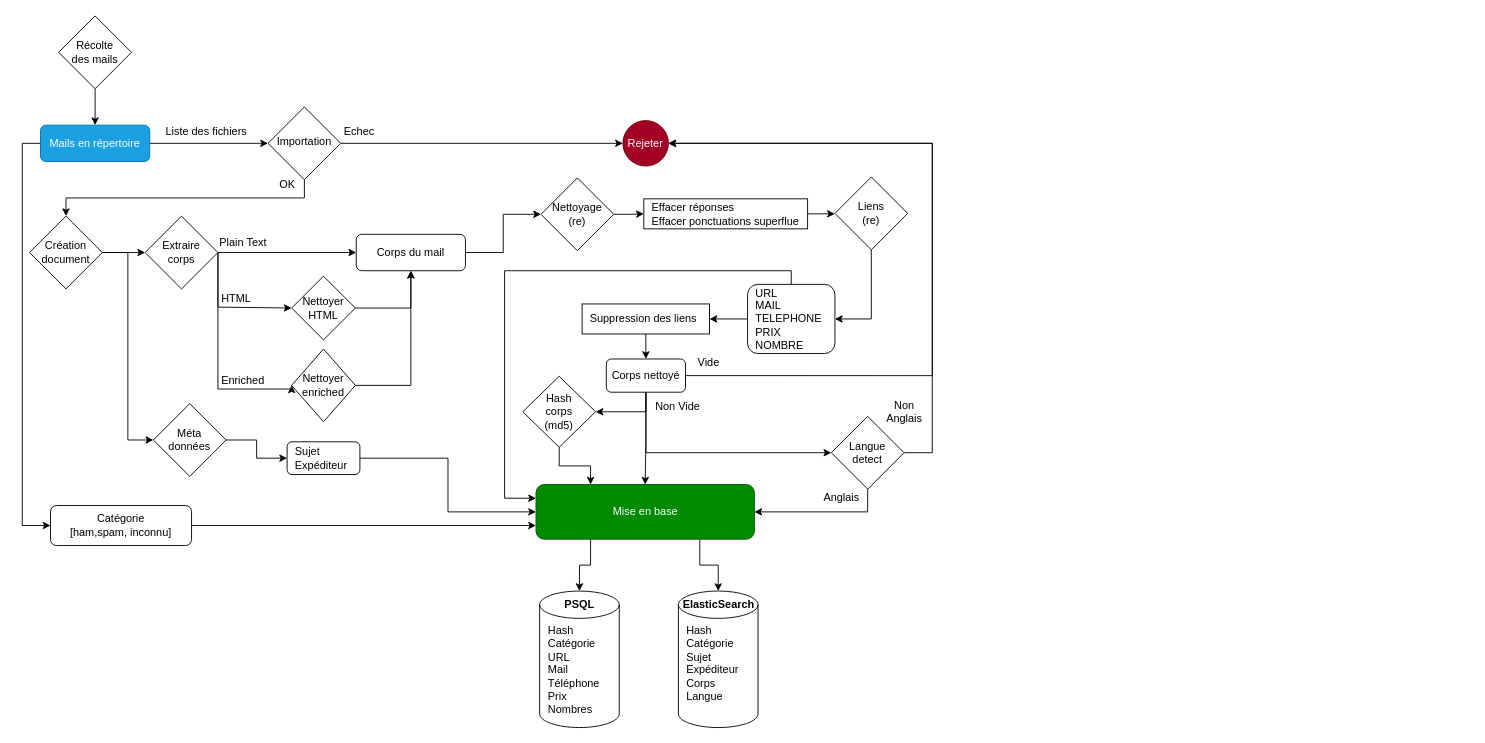
Earlier version of the draw.io diagram 03_Rapport/Schéma/Phase_1.drawio (peredur0/mercury). Source tidied: cells renumbered, new cells numbered last; positions are measured from the earlier drawing's top-left corner, leaving out a move shared by most shapes. Both pictures are drawn from the tidied source at 91%, with x=0, y=0 at pixel (29, 15).
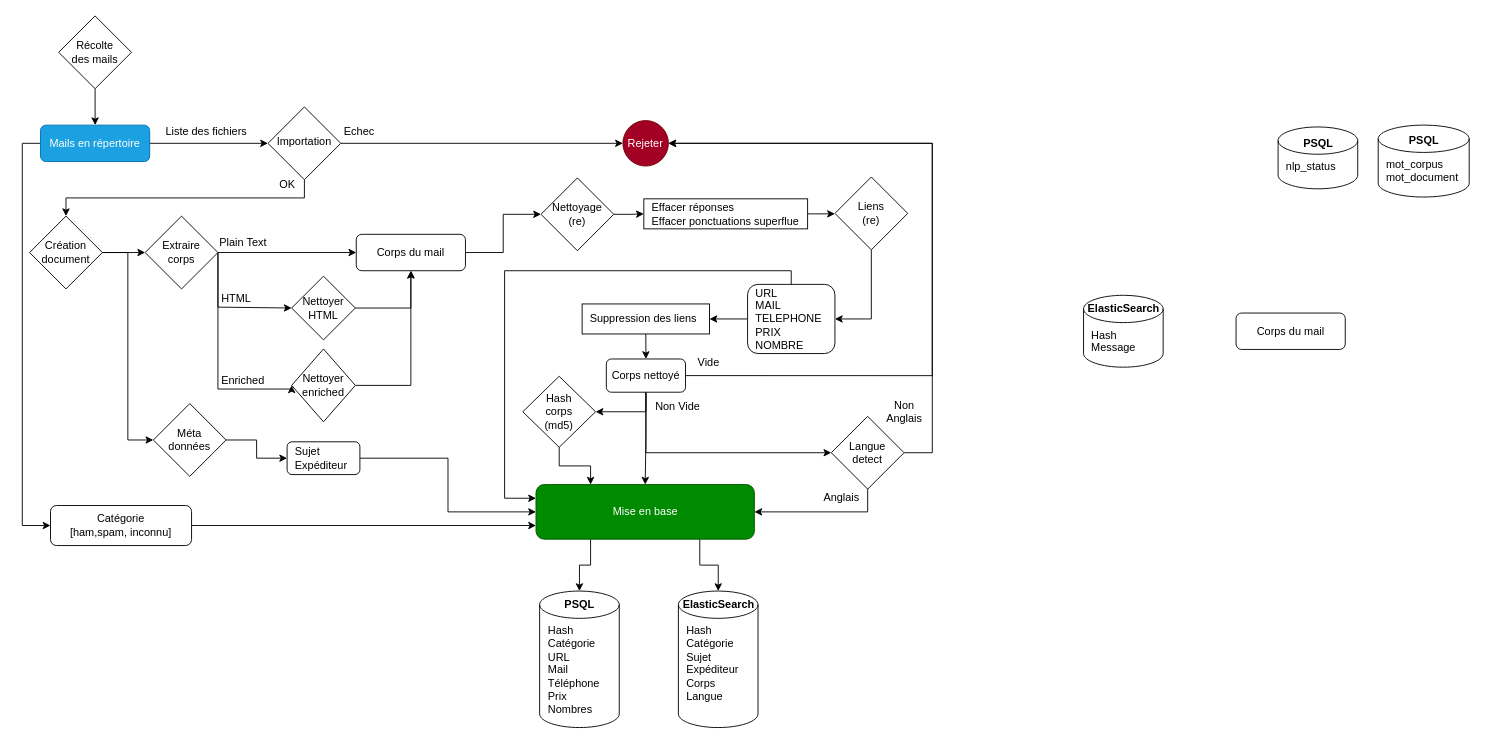
After the change.

Commit message (it also covers changes not shown here):
travaille sur la phase 2 partie NLP récupération et mise en base de la fréquence des mots.

What changed in the source:
```diff
@@
+    <mxCell id="68" value="Hash&lt;br&gt;Message&lt;br&gt;&lt;br&gt;&lt;br&gt;&lt;br&gt;" style="shape=cylinder3;whiteSpace=wrap;html=1;boundedLbl=1;backgroundOutline=1;size=15;rounded=1;align=left;spacingLeft=7;verticalAlign=top;" parent="1" vertex="1">
+      <mxGeometry x="1158.2" y="307" width="87.5" height="79" as="geometry" />
+    </mxCell>
+    <mxCell id="69" value="ElasticSearch" style="text;html=1;align=center;verticalAlign=middle;strokeColor=none;fillColor=none;fontStyle=1;" parent="1" vertex="1">
+      <mxGeometry x="1152" y="307" width="100" height="30" as="geometry" />
+    </mxCell>
+    <mxCell id="70" value="nlp_status" style="shape=cylinder3;whiteSpace=wrap;html=1;boundedLbl=1;backgroundOutline=1;size=15;rounded=1;align=left;spacingLeft=7;verticalAlign=top;" parent="1" vertex="1">
+      <mxGeometry x="1372" y="122" width="87.5" height="68" as="geometry" />
+    </mxCell>
+    <mxCell id="71" value="PSQL" style="text;html=1;align=center;verticalAlign=middle;strokeColor=none;fillColor=none;fontStyle=1;" parent="1" vertex="1">
+      <mxGeometry x="1385.8" y="125" width="60" height="30" as="geometry" />
+    </mxCell>
+    <mxCell id="72" value="mot_corpus&lt;br&gt;mot_document" style="shape=cylinder3;whiteSpace=wrap;html=1;boundedLbl=1;backgroundOutline=1;size=15;rounded=1;align=left;spacingLeft=7;verticalAlign=top;" parent="1" vertex="1">
+      <mxGeometry x="1482" y="120" width="100" height="79" as="geometry" />
+    </mxCell>
+    <mxCell id="73" value="PSQL" style="text;html=1;align=center;verticalAlign=middle;strokeColor=none;fillColor=none;fontStyle=1;" parent="1" vertex="1">
+      <mxGeometry x="1502" y="122" width="60" height="30" as="geometry" />
+    </mxCell>
+    <mxCell id="74" value="&lt;span style=&quot;font-weight: normal;&quot;&gt;Corps du mail&lt;/span&gt;" style="rounded=1;whiteSpace=wrap;html=1;fontSize=12;glass=0;strokeWidth=1;shadow=0;fontStyle=1;" parent="1" vertex="1">
+      <mxGeometry x="1325.8" y="326.5" width="120" height="40" as="geometry" />
+    </mxCell>
```
